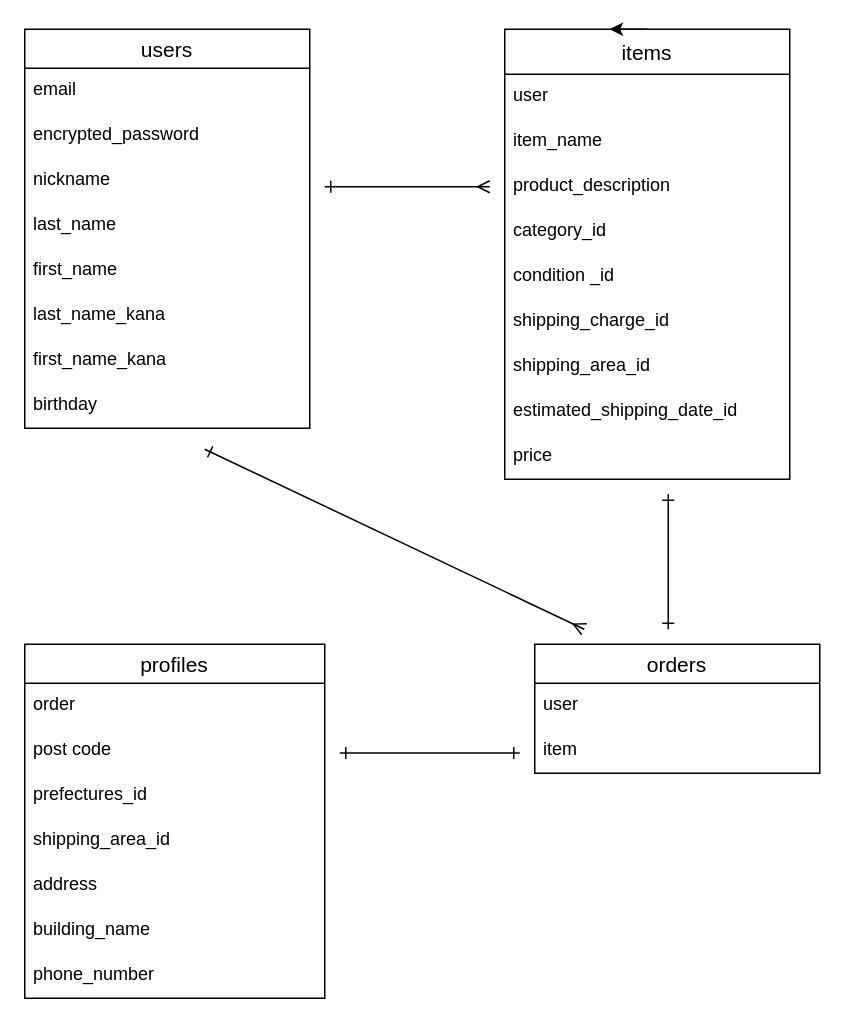
hama-hiroki/furima-38320 keeps this draw.io diagram as test.drawio. Above is the earlier version. Source tidied: cells renumbered, new cells numbered last; positions are measured from the earlier drawing's top-left corner, leaving out a move shared by most shapes. Both pictures are drawn from the tidied source at 150%, with x=0, y=0 at pixel (24, 28).
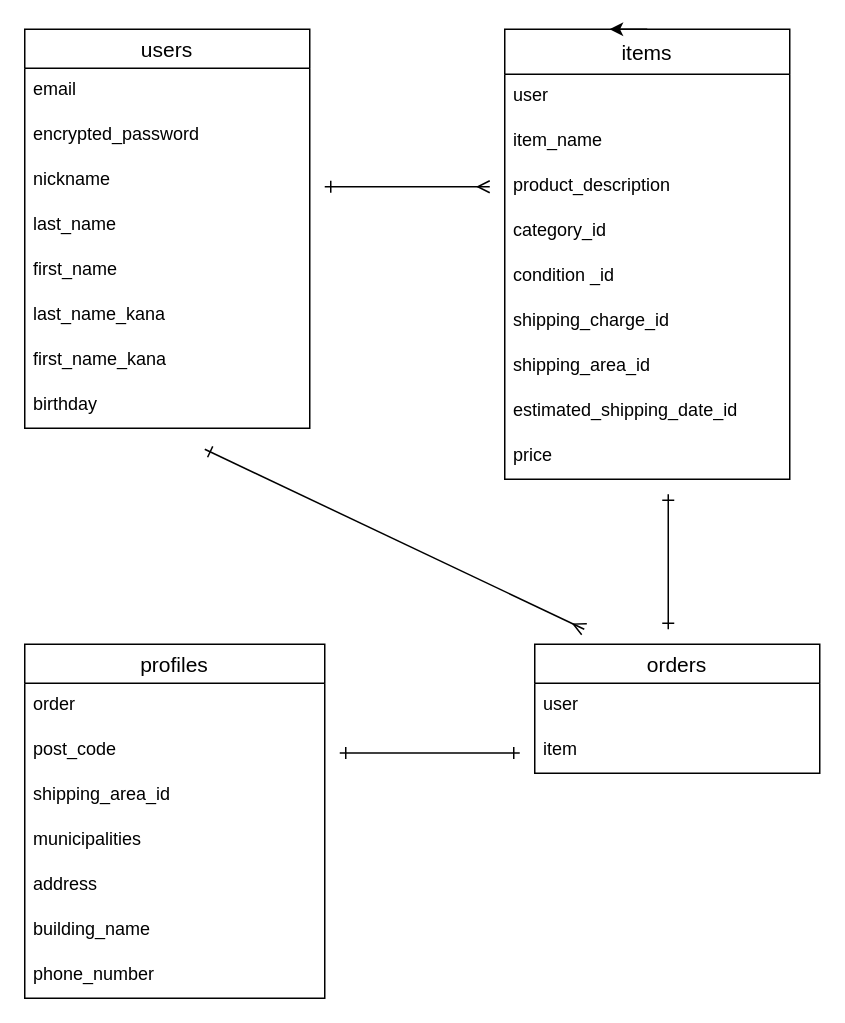
After the change.

The change refers to these unchanged cells:
```xml
<mxCell id="29" value="profiles" style="swimlane;fontStyle=0;horizontal=1;startSize=26;align=center;fontSize=14;" parent="1" vertex="1">
  <mxGeometry y="410" width="200" height="236" as="geometry" />
</mxCell>
```

Change to the diagram source:
```diff
@@
-    <mxCell id="31" value="post code" style="text;strokeColor=none;fillColor=none;spacingLeft=4;spacingRight=4;overflow=hidden;fontSize=12;" parent="29" vertex="1">
+    <mxCell id="31" value="post_code" style="text;strokeColor=none;fillColor=none;spacingLeft=4;spacingRight=4;overflow=hidden;fontSize=12;" parent="29" vertex="1">
       <mxGeometry y="56" width="200" height="30" as="geometry" />
     </mxCell>
-    <mxCell id="32" value="prefectures_id" style="text;strokeColor=none;fillColor=none;spacingLeft=4;spacingRight=4;overflow=hidden;fontSize=12;" parent="29" vertex="1">
-      <mxGeometry y="86" width="200" height="30" as="geometry" />
-    </mxCell>
     <mxCell id="33" value="shipping_area_id" style="text;strokeColor=none;fillColor=none;spacingLeft=4;spacingRight=4;overflow=hidden;fontSize=12;" parent="29" vertex="1">
-      <mxGeometry y="116" width="200" height="30" as="geometry" />
+      <mxGeometry y="86" width="200" height="30" as="geometry" />
     </mxCell>
+    <mxCell id="37" value="municipalities" style="text;strokeColor=none;fillColor=none;spacingLeft=4;spacingRight=4;overflow=hidden;fontSize=12;" parent="29" vertex="1">
+      <mxGeometry y="116" width="200" height="30" as="geometry" />
+    </mxCell>
```
